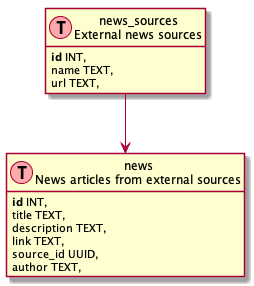
Above: docs/data-model.png in FoxShaunR/WhatInfluence (PlantUML), before the change.
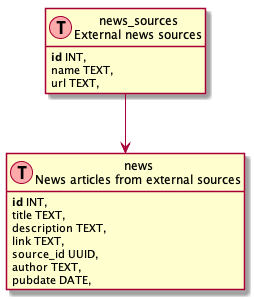
The same file after the commit.

Commit message:
Add pubdate to news table

Change to the diagram source:
```diff
@@ -9,6 +9,7 @@
   link TEXT,
   source_id UUID,
   author TEXT,
+  pubdate DATE,
 }
 
 class news_sources as "news_sources\nExternal news sources" << (T,#FFAAAA) >> {
```
